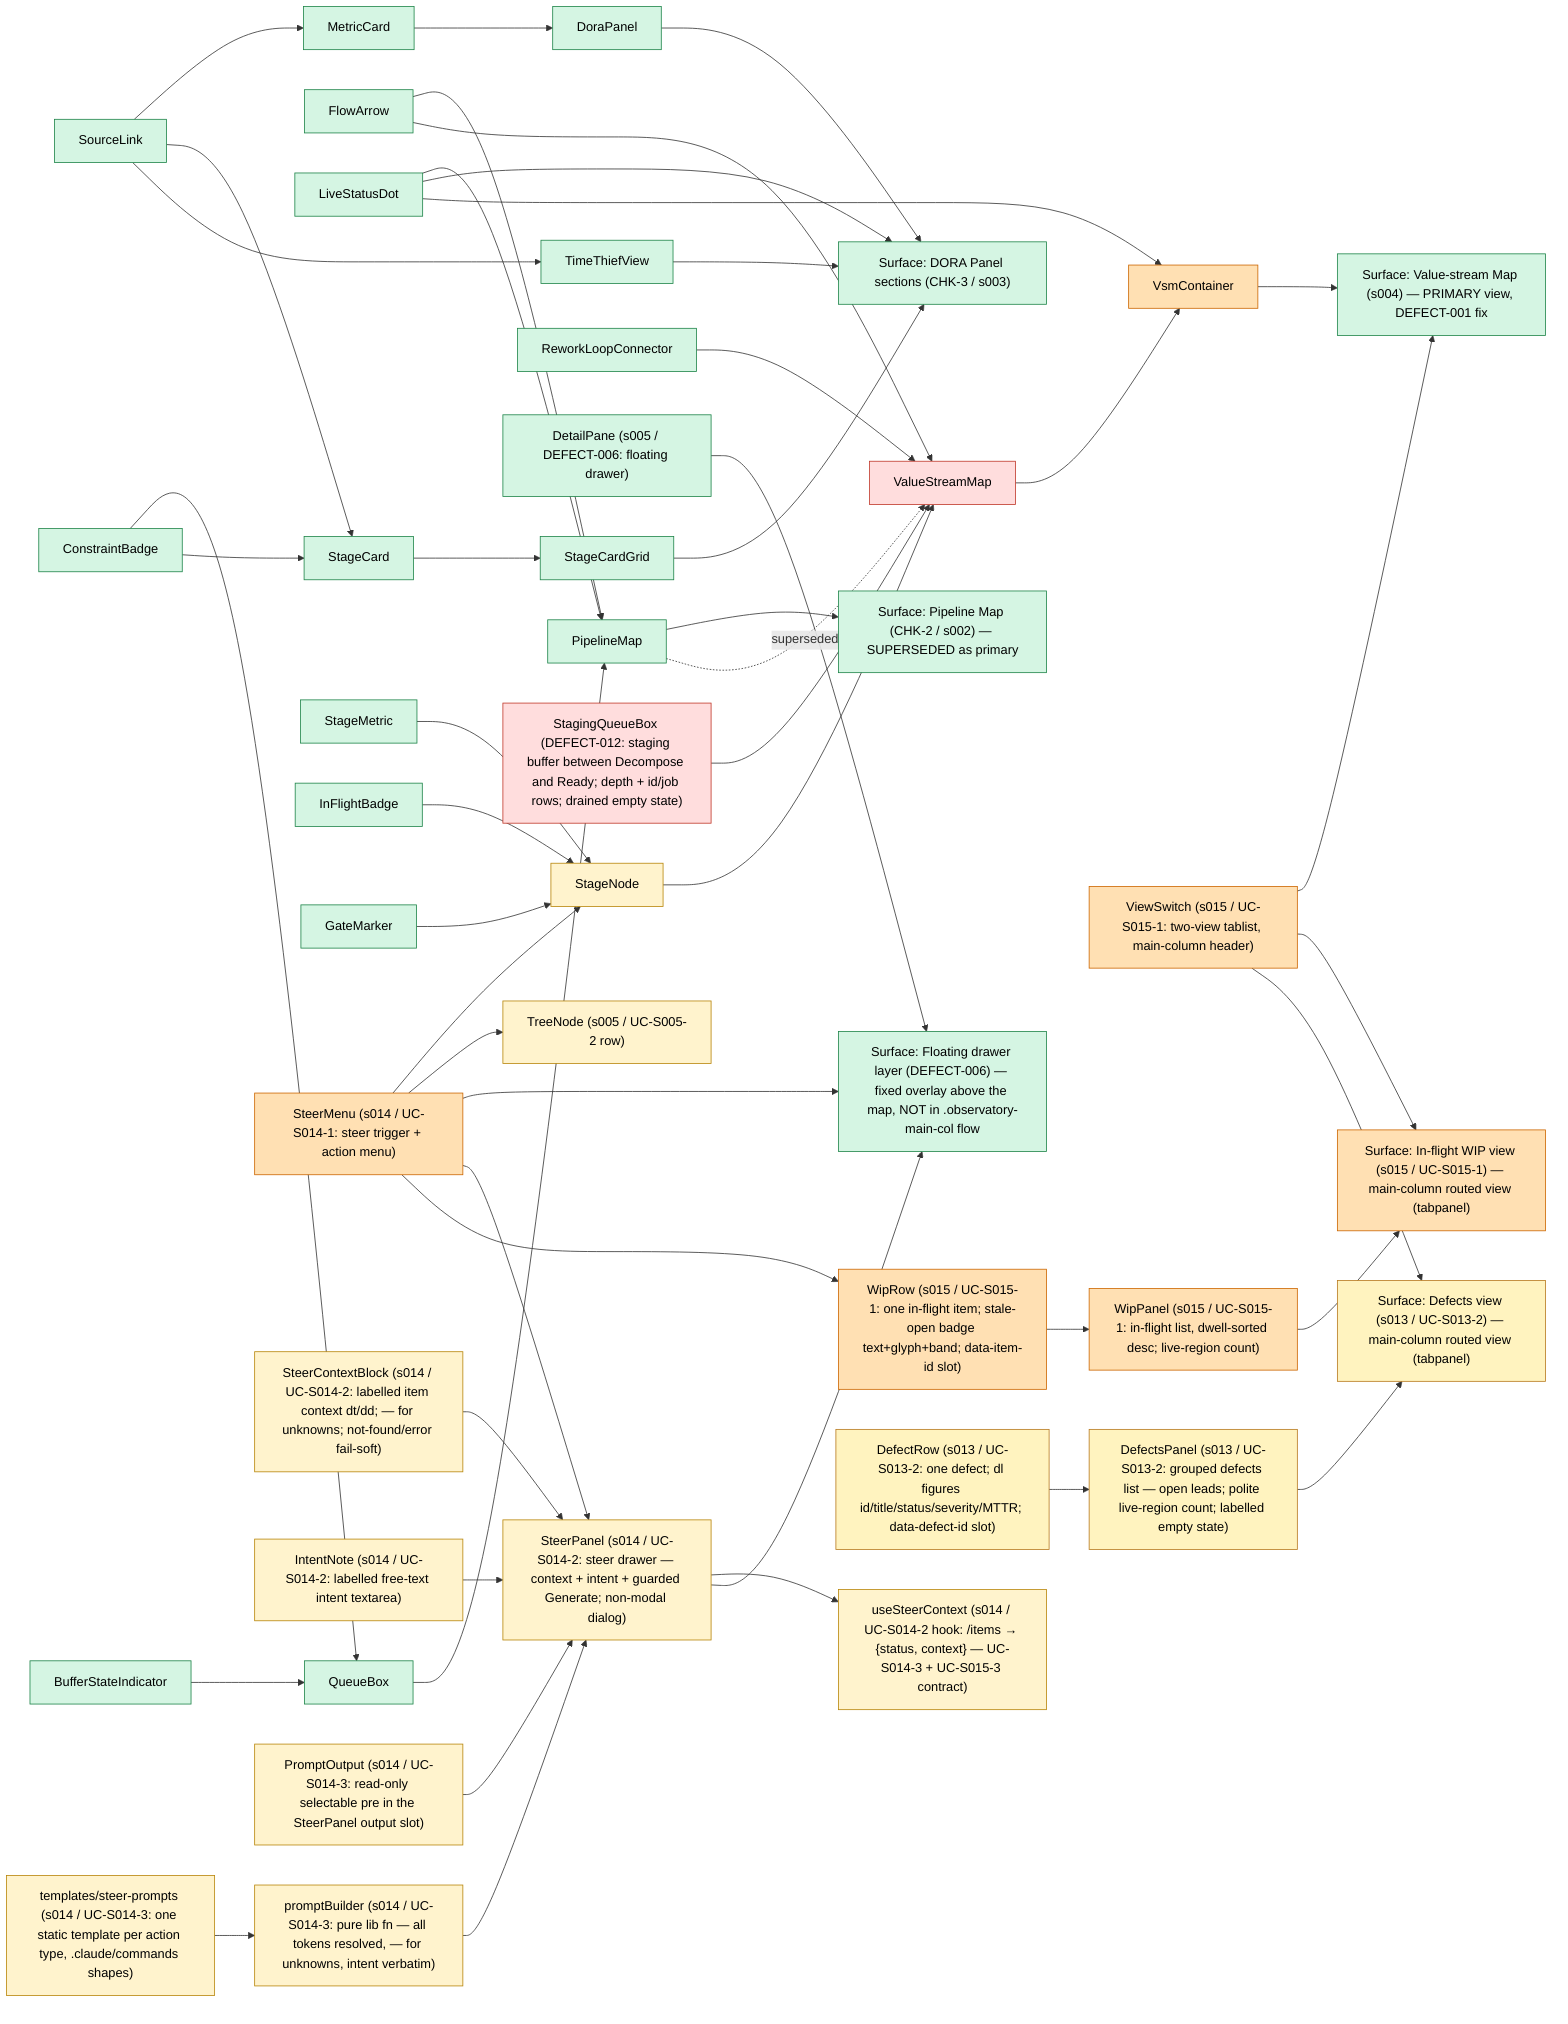
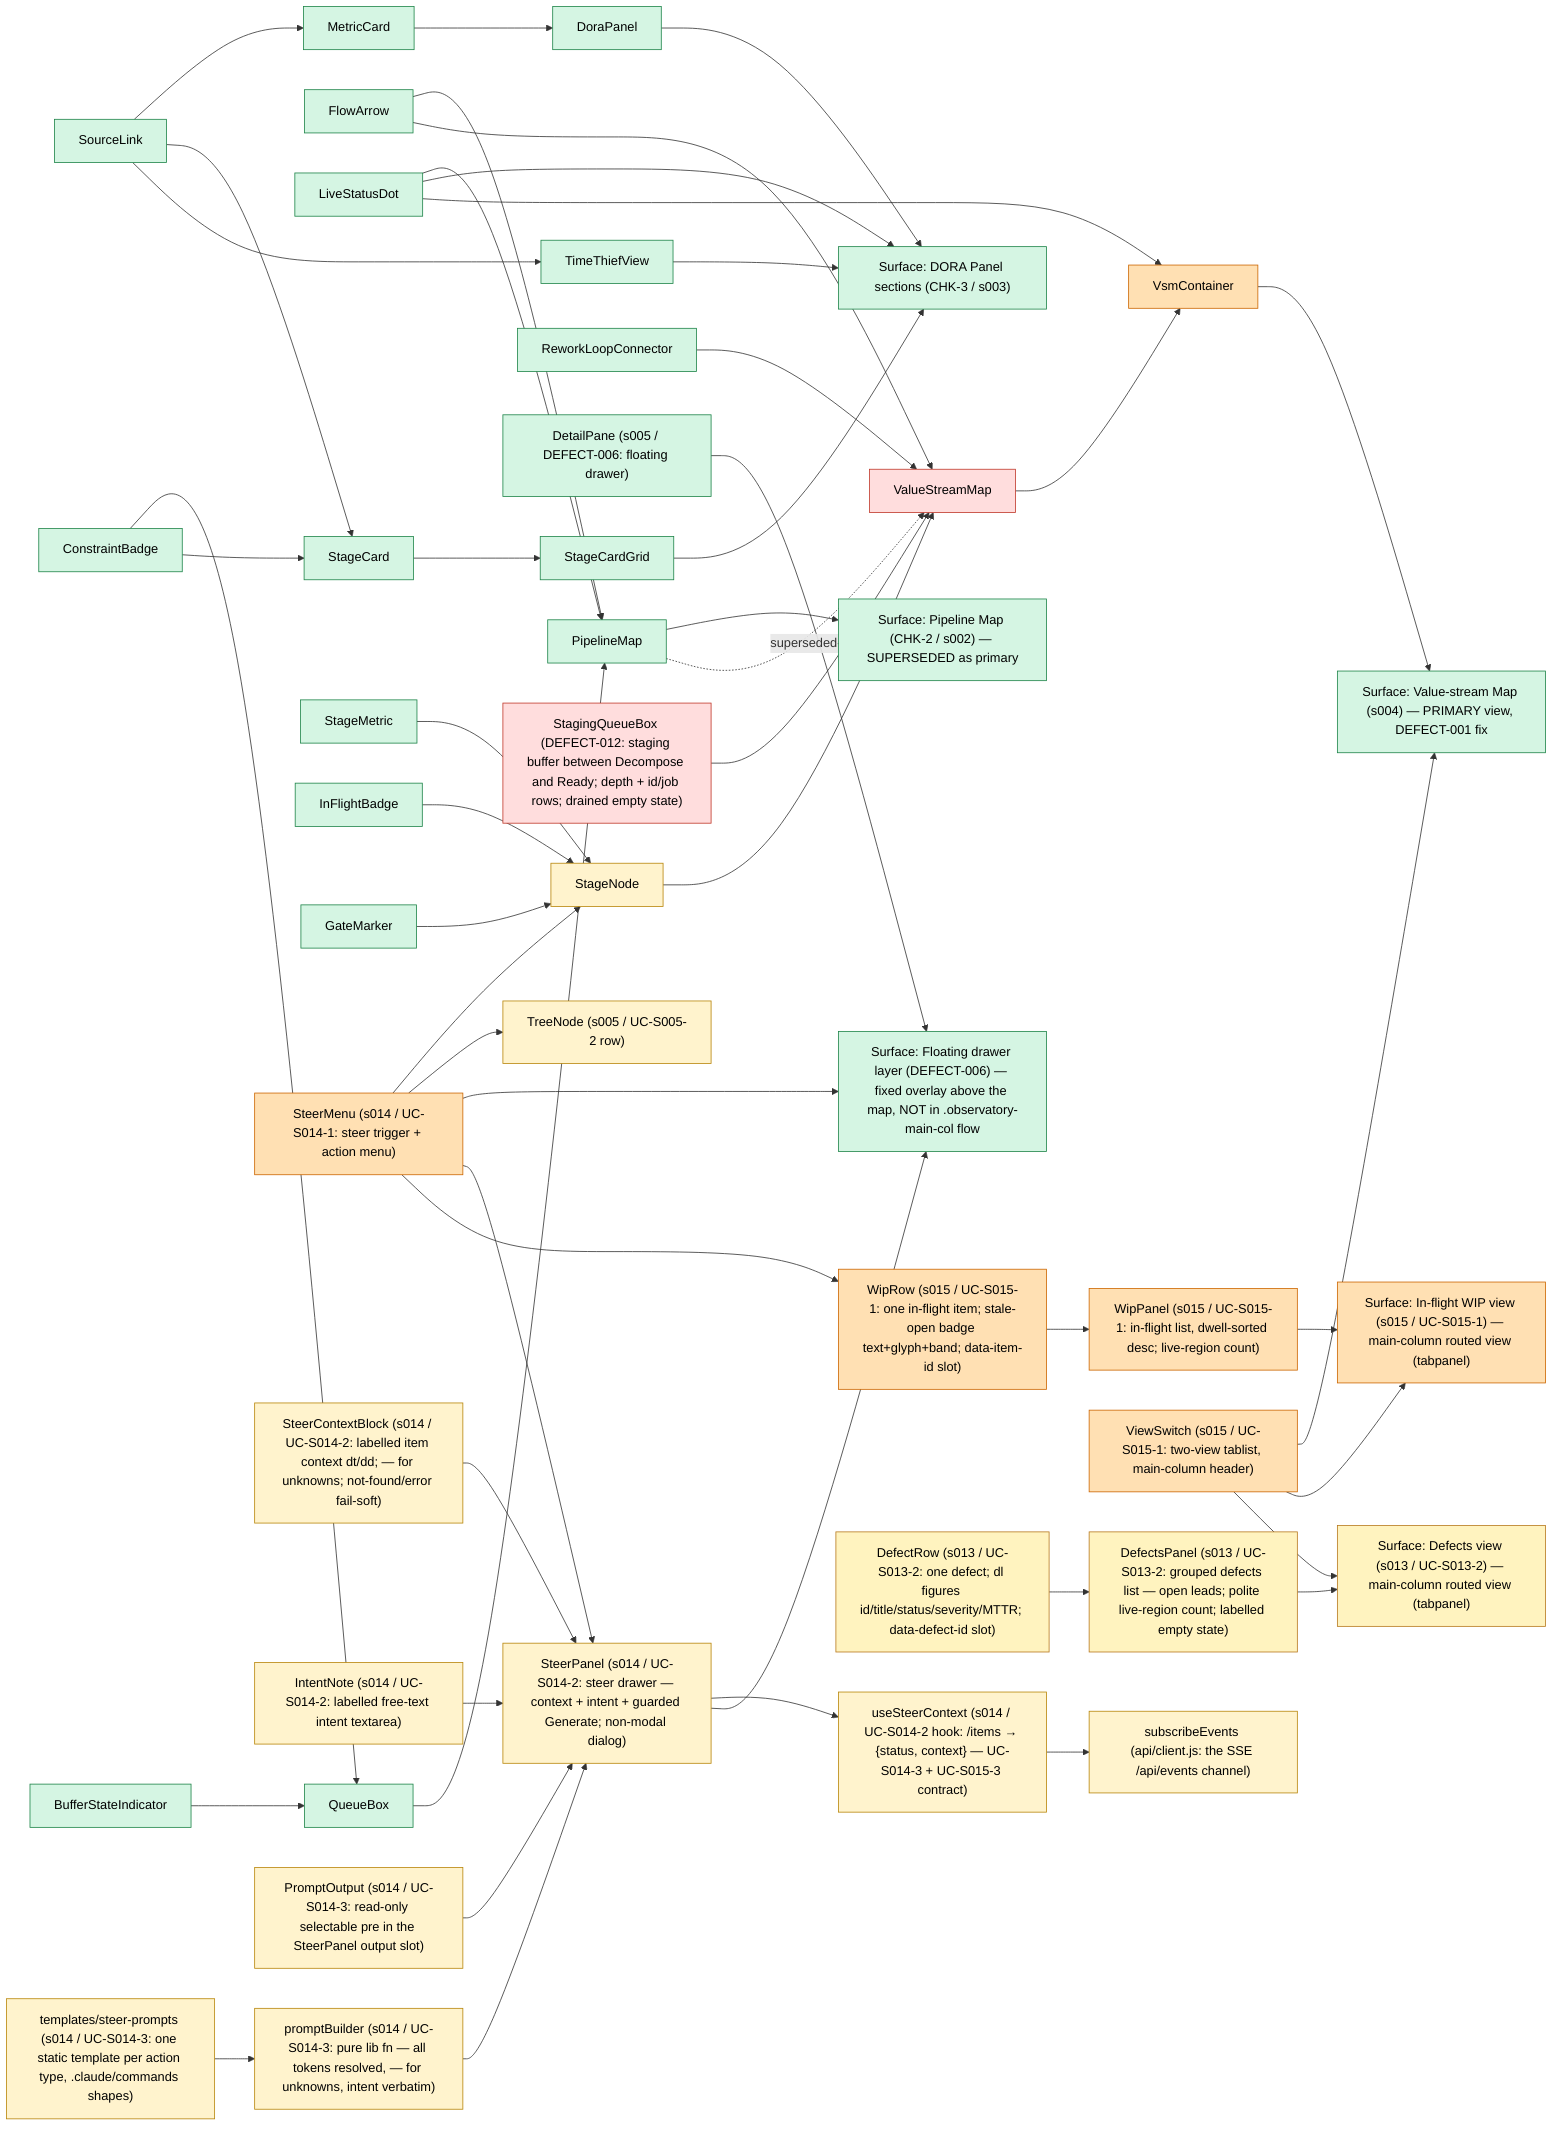
%% Observatory UI change-impact model — design-system components -> surfaces that use them.
%% Owner: ui-designer. Edges = "used by". Nodes/edges added or re-pointed in a commit
%% are marked `class ... changed` in the SAME commit; the tester consumes the marks
%% as the UI test-plan input, then they are cleared at slice delivery.
%% Seeded: s002-pipeline-map (CHK-2) — DELIVERED 2026-06-09T02:22:00Z; all nodes stable.
graph LR
  %% --- surfaces ---
  PipelineMapScreen["Surface: Pipeline Map (CHK-2 / s002) — SUPERSEDED as primary"]
  DoraPanelScreen["Surface: DORA Panel sections (CHK-3 / s003)"]
  ValueStreamScreen["Surface: Value-stream Map (s004) — PRIMARY view, DEFECT-001 fix"]
  ObservatoryDrawerLayer["Surface: Floating drawer layer (DEFECT-006) — fixed overlay above the map, NOT in .observatory-main-col flow"]

  %% --- design-system components ---
  PipelineMap["PipelineMap"]
  QueueBox["QueueBox"]
  BufferStateIndicator["BufferStateIndicator"]
  ConstraintBadge["ConstraintBadge"]
  FlowArrow["FlowArrow"]
  LiveStatusDot["LiveStatusDot"]
  DoraPanel["DoraPanel"]
  MetricCard["MetricCard"]
  StageCardGrid["StageCardGrid"]
  StageCard["StageCard"]
  TimeThiefView["TimeThiefView"]
  SourceLink["SourceLink"]
  %% s004 value-stream components (DEFECT-001 fix) — mounted as the PRIMARY view
  VsmContainer["VsmContainer"]
  ValueStreamMap["ValueStreamMap"]
  StageNode["StageNode"]
  StageMetric["StageMetric"]
  InFlightBadge["InFlightBadge"]
  GateMarker["GateMarker"]
  ReworkLoopConnector["ReworkLoopConnector"]

  %% --- used-by edges ---
  PipelineMap --> PipelineMapScreen
  QueueBox --> PipelineMap
  BufferStateIndicator --> QueueBox
  ConstraintBadge --> QueueBox
  FlowArrow --> PipelineMap
  LiveStatusDot --> PipelineMap
  %% CHK-3 (s003) used-by edges
  DoraPanel --> DoraPanelScreen
  StageCardGrid --> DoraPanelScreen
  TimeThiefView --> DoraPanelScreen
  MetricCard --> DoraPanel
  StageCard --> StageCardGrid
  ConstraintBadge --> StageCard
  SourceLink --> MetricCard
  SourceLink --> StageCard
  SourceLink --> TimeThiefView
  LiveStatusDot --> DoraPanelScreen
  %% s004 (DEFECT-001) used-by edges — the value-stream map becomes the primary surface.
  %% Runtime routing path: main.jsx mounts VsmContainer (NOT MapContainer) → ValueStreamMap.
  VsmContainer --> ValueStreamScreen
  ValueStreamMap --> VsmContainer
  StageNode --> ValueStreamMap
  StageMetric --> StageNode
  InFlightBadge --> StageNode
  GateMarker --> StageNode
  ReworkLoopConnector --> ValueStreamMap
  FlowArrow --> ValueStreamMap
  LiveStatusDot --> VsmContainer
  %% supersession: PipelineMap is no longer mounted as the primary view (still in tree, tested).
  PipelineMap -. superseded-by .-> ValueStreamMap

  %% DEFECT-006: DetailPane RE-POINTED — was an in-flow sibling of ValueStreamMap inside
  %% .observatory-main-col (reflowed the map); now a position:fixed floating drawer on its
  %% own overlay layer. The re-point is the regression-guard input for the tester (GEO-S005-3b).
  DetailPane["DetailPane (s005 / DEFECT-006: floating drawer)"]
  DetailPane --> ObservatoryDrawerLayer

  %% s014 / UC-S014-1: SteerMenu (NEW) — per-item steer trigger + body-portalled
  %% role=menu popover (4 action types). Composed READ-ONLY into the queue chips
  %% (StageNode) and the tree rows (TreeNode); onSteer(itemId, actionType) prop
  %% slot threads VsmContainer→ValueStreamMap→StageNode and WorkItemTree→TreeNode
  %% (no host logic change). The popover renders on the fixed-overlay layer
  %% (DEFECT-006 discipline) — zero flow height, own stacking context.
  %% NOTE for tester: trigger carries data-steer-item-id (NOT data-item-id — that
  %% stays the treeitem's unique selector); MetricSource reveal panels are now
  %% pointer-events:none so they cannot intercept clicks on the chips' triggers.
  TreeNode["TreeNode (s005 / UC-S005-2 row)"]
  SteerMenu["SteerMenu (s014 / UC-S014-1: steer trigger + action menu)"]
  SteerMenu --> StageNode
  SteerMenu --> TreeNode
  SteerMenu --> ObservatoryDrawerLayer

  %% s014 / UC-S014-2: SteerPanel (NEW) — the right-anchored NON-MODAL steer
  %% drawer the SteerMenu opens (DetailPane drawer IDIOM, not the component):
  %% position:fixed + portalled to document.body, z = --z-drawer + 1 (topmost
  %% over a co-open DetailPane). Regions: header → SteerContextBlock (labelled
  %% dt/dd context, data-source anchor) → IntentNote textarea → guarded
  %% "Generate prompt" (aria-disabled until ≥1 char) → UC-S014-3 output SLOT.
  %% Data: useSteerContext(itemId) fetches the EXISTING /items endpoint
  %% (READ-ONLY; no new route) → {status, context} — the contract UC-S014-3
  %% (promptBuilder) and UC-S015-3 (ReslicePreviewPanel) consume verbatim.
  %% RUNTIME ROUTING for the tester: ObservatoryView now OWNS the steer gesture
  %% — onSteer threads ObservatoryView→WorkItemTreeContainer→WorkItemTree→
  %% TreeNode→SteerMenu AND ObservatoryView→VsmContainer→ValueStreamMap→
  %% StageNode→SteerMenu (UC-S014-1's stub destination is now real); selection
  %% mounts SteerPanelContainer as a layout sibling (body-portalled overlay).
  %% Esc/×/Cancel close → focus RETURNS to the opening steer trigger.
  SteerPanel["SteerPanel (s014 / UC-S014-2: steer drawer — context + intent + guarded Generate; non-modal dialog)"]
  SteerContextBlock["SteerContextBlock (s014 / UC-S014-2: labelled item context dt/dd; — for unknowns; not-found/error fail-soft)"]
  IntentNote["IntentNote (s014 / UC-S014-2: labelled free-text intent textarea)"]
  UseSteerContext["useSteerContext (s014 / UC-S014-2 hook: /items → {status, context} — UC-S014-3 + UC-S015-3 contract)"]
  SteerMenu --> SteerPanel
  SteerPanel --> UseSteerContext
  SteerContextBlock --> SteerPanel
  IntentNote --> SteerPanel
  SteerPanel --> ObservatoryDrawerLayer

  %% s014 / UC-S014-3 THIS commit: promptBuilder (NEW) — PURE lib fn (steer
  %% action type + SteerContext + intent note → filled slash-command prompt;
  %% client-side only, NO server call on Generate). Templates are STATIC
  %% strings, one per action type, shapes matching the committed
  %% .claude/commands (/defect's four REAL fields expected/actual/intent/
  %% importance; /intake priority update; /slice-next re-slice; freeform
  %% custom). RUNTIME ROUTING for the tester: SteerPanelContainer (NOT
  %% ObservatoryView — untouched this UC) owns generation — panel onGenerate →
  %% buildPrompt → `prompt` prop → PromptOutput <pre> rendered INSIDE the
  %% UC-S014-2 reserved slot (prompt-output-slot). Output is SELECTABLE text
  %% (user-select: text); prompt carries item id WITH job sentence + operator
  %% intent VERBATIM, never raw row refs (no sourceRef path / row:N). Copy
  %% button/toast + SSE refresh are UC-S014-4 — pinned ABSENT by
  %% SteerPanelPrompt.test.jsx.
  PromptBuilder["promptBuilder (s014 / UC-S014-3: pure lib fn — all tokens resolved, — for unknowns, intent verbatim)"]
  SteerPromptTemplates["templates/steer-prompts (s014 / UC-S014-3: one static template per action type, .claude/commands shapes)"]
  PromptOutput["PromptOutput (s014 / UC-S014-3: read-only selectable pre in the SteerPanel output slot)"]
  PromptBuilder --> SteerPanel
  SteerPromptTemplates --> PromptBuilder
  PromptOutput --> SteerPanel

+   %% s014 / UC-S014-4 THIS commit (part 1 — SSE seam): useSteerContext gains a
+   %% DEBOUNCED subscribeEvents → in-place refresh (the useWipItems idiom): a
+   %% relevant items.csv change frame re-fetches the context WITHOUT a loading
+   %% reset (old context stays displayed; additive `refreshing` flag exposed for
+   %% the ContextRefreshCue). Fail-soft without EventSource (jsdom → static).
+   %% RUNTIME ROUTING for the tester: the refresh updates the CONTEXT BLOCK ONLY
+   %% — prompt state lives in SteerPanelContainer and mutates exclusively on an
+   %% explicit Generate press (PROMPT-FREEZE-1).
+   SubscribeEvents["subscribeEvents (api/client.js: the SSE /api/events channel)"]
+   UseSteerContext --> SubscribeEvents
+ 
  %% s015 / UC-S015-1: WIP navigation panel — ROUTED VIEW (EXP-016). ObservatoryView's
  %% main column gains a ViewSwitch tablist ("Pipeline" | "In-flight WIP") that swaps
  %% the column content between VsmContainer (default) and WipPanel. The two surfaces
  %% NEVER co-exist (inactive tabpanel is hidden AND empty → genuinely unmounted), so
  %% there is no overlay-reflow failure mode by construction (GEO-S015-1).
  %% RUNTIME ROUTING CHANGE for the tester: VsmContainer is now mounted CONDITIONALLY
  %% inside the pipeline tabpanel (was: unconditionally in .observatory-main-col) —
  %% GEO-S015-1 pins that switch-away-and-back restores a byte-identical VSM bbox.
  %% WipRow carries data-item-id — the composition slot UC-S015-2's SteerMenu reads.
  WipViewScreen["Surface: In-flight WIP view (s015 / UC-S015-1) — main-column routed view (tabpanel)"]
  ViewSwitch["ViewSwitch (s015 / UC-S015-1: two-view tablist, main-column header)"]
  WipPanel["WipPanel (s015 / UC-S015-1: in-flight list, dwell-sorted desc; live-region count)"]
  WipRow["WipRow (s015 / UC-S015-1: one in-flight item; stale-open badge text+glyph+band; data-item-id slot)"]
  ViewSwitch --> ValueStreamScreen
  ViewSwitch --> WipViewScreen
  WipPanel --> WipViewScreen
  WipRow --> WipPanel

  %% s015 / UC-S015-2 THIS commit: SteerMenu composed READ-ONLY into WipRow as the
  %% trailing row element (the TreeNode/StageNode idiom; trigger rides
  %% data-steer-item-id, the row keeps data-item-id unique). RUNTIME ROUTING for
  %% the tester: onSteer threads ObservatoryView→WipPanelContainer→WipPanel→
  %% WipRow→SteerMenu; ALL FOUR actions (incl. re-slice — explicit no-dead-end,
  %% interim until UC-S015-3 re-points that one branch) open the EXISTING
  %% SteerPanel with the item pre-loaded; close returns focus to the WIP-row trigger.
  SteerMenu --> WipRow

  %% DEFECT-012: StagingQueueBox (NEW) — the staging buffer ("decomposed,
  %% awaiting triage") rendered INSIDE ValueStreamMap's queue lane BETWEEN the
  %% Decompose and Ready stage nodes, wrapped with two MiniArrows in the
  %% .staging-handoff flex item (replaces the old decompose→ready FlowArrow).
  %% Data: VsmContainer loads GET /queues/staging (getStagingQueue) and passes
  %% the {queue,depth,rows} envelope down; re-fetches on a staging.csv SSE frame.
  %% NOTE for tester: box is NOT focusable (A11Y-3 tab walk unchanged); testid
  %% staging-buffer (NOT stage-*); depth 0 renders an explicit drained state.
  StagingQueueBox["StagingQueueBox (DEFECT-012: staging buffer between Decompose and Ready; depth + id/job rows; drained empty state)"]
  StagingQueueBox --> ValueStreamMap

  %% s013 / UC-S013-2: Defects view — THIRD ROUTED VIEW in the main column.
  %% ViewSwitch (s015, EXTENDED — no fork: the TABS table grew to three; the
  %% active/onSelect contract is unchanged) now fans out to THREE view screens.
  %% DefectsPanel lists the /defects records grouped CONFIRMED-first then CLOSED
  %% (grouping/sort in useDefects — the panel is pure render); same hidden-AND-
  %% empty tabpanel discipline as the WIP view (GEO-S013-2-1: lossless switch).
  %% NOTE for tester: DefectRow carries data-defect-id (NOT data-item-id — that
  %% stays the tree/WIP unique contract) — the slot UC-S013-3's drill composes
  %% against. Open row cue = "OPEN" text + ⚠ glyph + --c-state-over band (never
  %% colour alone); ledger-only null severity renders "—"; open MTTR renders
  %% "open", never "0". Heading focus is a LAYOUT effect (sha 0c2b49c idiom —
  %% deterministic on mount, never racing a re-render).
  DefectsViewScreen["Surface: Defects view (s013 / UC-S013-2) — main-column routed view (tabpanel)"]
  DefectsPanel["DefectsPanel (s013 / UC-S013-2: grouped defects list — open leads; polite live-region count; labelled empty state)"]
  DefectRow["DefectRow (s013 / UC-S013-2: one defect; dl figures id/title/status/severity/MTTR; data-defect-id slot)"]
  ViewSwitch --> DefectsViewScreen
  DefectsPanel --> DefectsViewScreen
  DefectRow --> DefectsPanel

  classDef delivered fill:#d5f5e3,stroke:#1e8449,color:#000;
  %% CHK-3 (s003) DROPPED — scope absorbed into CHK-2 restated done-condition (s004 delivered).
  %% s004 DELIVERED 2026-06-10T11:00:00Z — CHK-2 done-condition MET.
  %% DEFECT-006 FIXED — DetailPane floating-drawer re-point delivered as part of s005 (CHK-4 done 2026-06-10T19:00:00Z).
  %% All of the above: s003-changed, s004changed, defect006changed marks cleared at their delivery.
  %% (ValueStreamMap moved to def012changed below — DEFECT-012 queue-lane re-route.)
  class PipelineMapScreen,PipelineMap,QueueBox,BufferStateIndicator,ConstraintBadge,FlowArrow,LiveStatusDot,DoraPanelScreen,DoraPanel,MetricCard,StageCardGrid,StageCard,TimeThiefView,SourceLink,ValueStreamScreen,VsmContainer,StageMetric,InFlightBadge,GateMarker,ReworkLoopConnector,DetailPane,ObservatoryDrawerLayer delivered;
  %% s014 still in-flight: UC-S014-1+2 done but UC-S014-3/4 planned; SteerMenu+StageNode+TreeNode
  %% remain in blast radius for the remaining s014 UCs (prompt builder, clipboard/SSE).
  %% UC-S014-2 THIS commit: SteerPanel/SteerContextBlock/IntentNote/useSteerContext added;
  %% SteerMenu→SteerPanel edge made real (onSteer now opens the panel — ObservatoryView +
  %% WorkItemTreeContainer carry the pass-through). Tester UI test-plan input.
  %% Convention: s014changed cleared only at full s014 slice delivery after tester final sign-off.
  classDef s014changed fill:#fff3cd,stroke:#b8860b,color:#000;
  %% UC-S014-3 THIS commit: PromptBuilder/SteerPromptTemplates/PromptOutput added;
  %% SteerPanel + its container gained the prompt prop + generation wiring
  %% (ObservatoryView untouched). Tester UI test-plan input.
-   class SteerMenu,TreeNode,StageNode,SteerPanel,SteerContextBlock,IntentNote,UseSteerContext,PromptBuilder,SteerPromptTemplates,PromptOutput s014changed;
+   %% UC-S014-4 part 1: SubscribeEvents node + UseSteerContext --> SubscribeEvents
+   %% edge added (debounced SSE in-place refresh). Tester UI test-plan input.
+   class SteerMenu,TreeNode,StageNode,SteerPanel,SteerContextBlock,IntentNote,UseSteerContext,PromptBuilder,SteerPromptTemplates,PromptOutput,SubscribeEvents s014changed;
  %% s015 / UC-S015-1 nodes added + VsmContainer re-pointed (conditional
  %% mount inside the pipeline tabpanel); UC-S015-2 adds the SteerMenu --> WipRow
  %% edge (trailing steer composition; SteerMenu joins the s015 blast radius —
  %% it keeps its s014changed mark, s014 still in flight, but the WipRow hosting
  %% edge is s015's). Tester UI test-plan input; cleared at s015 delivery after
  %% the tester consumes.
  classDef s015changed fill:#ffe0b3,stroke:#cc6600,color:#000;
  class WipViewScreen,ViewSwitch,WipPanel,WipRow,VsmContainer,SteerMenu s015changed;
  %% DEFECT-012 — StagingQueueBox added + ValueStreamMap queue lane re-routed
  %% (decompose→staging→ready connectors); cleared at delivery after the tester consumes.
  classDef def012changed fill:#fdd,stroke:#c0392b,color:#000;
  class StagingQueueBox,ValueStreamMap def012changed;
  %% s013 / UC-S013-2 — DefectsViewScreen/DefectsPanel/DefectRow added THIS commit;
  %% ViewSwitch EXTENDED to three tabs in the same commit (it keeps its s015changed
  %% mark — s015 is still in flight — but it IS in the s013 blast radius too: the
  %% ViewSwitch --> DefectsViewScreen edge above is s013's). Tester UI test-plan
  %% input; cleared at s013 delivery after the tester consumes.
  classDef s013changed fill:#fff3bf,stroke:#b7791f,color:#000;
  class DefectsViewScreen,DefectsPanel,DefectRow s013changed;
